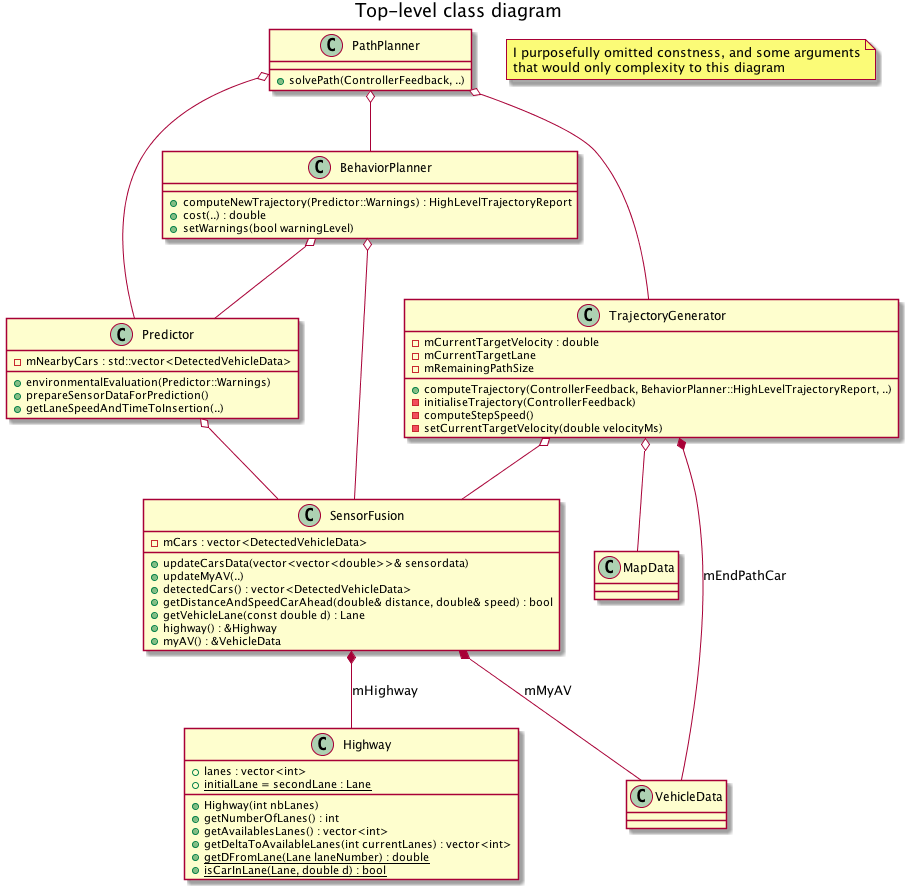
Labonneguigue/CarND-Path-Planning-Project keeps this PlantUML diagram as docs/diagrams/architecture.png. Above is the earlier version.
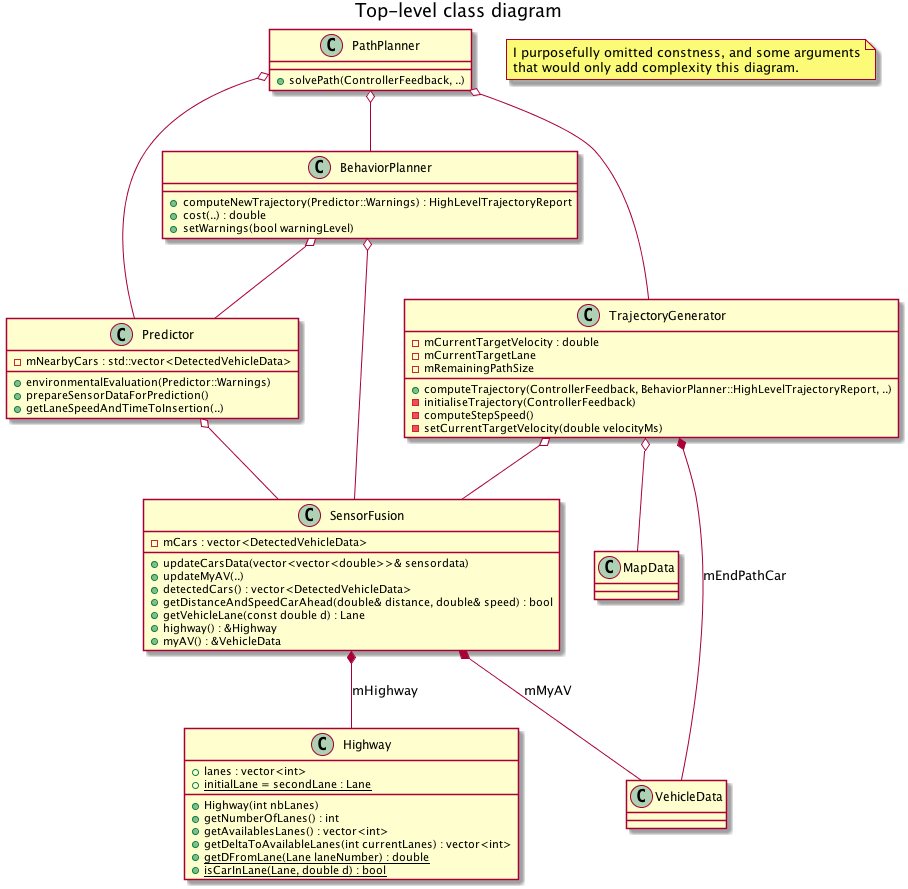
The same diagram one commit later.

Diff of the diagram source:
```diff
@@ -70,6 +70,6 @@
 SensorFusion *-- VehicleData : mMyAV
 SensorFusion *-- Highway : mHighway
 
-note "I purposefully omitted constness, and some arguments\nthat would only complexity to this diagram " as N1
+note "I purposefully omitted constness, and some arguments\nthat would only add complexity this diagram." as N1
 
 @enduml
```
